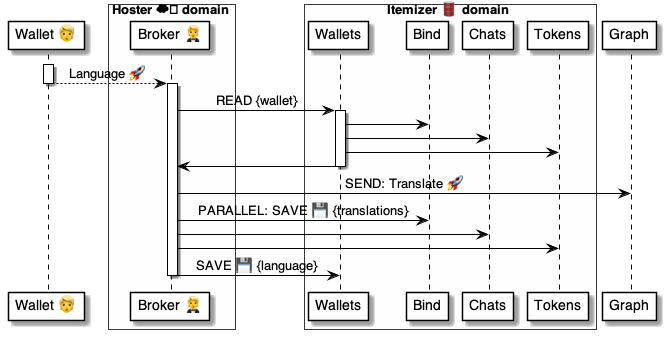
Earlier version of the PlantUML export 4 ⚙️ Solution/20 🧑‍🦰 UI/Brokers 🤵/🤵🅰️ Broker methods/Wallets 🧑‍🦰 Language 🧑‍🦰🐌🤵/🤵 Language ⚙️ uml.png (pollyweb-org/pollyweb-docs). Its source is kept beside it as 4 ⚙️ Solution/20 🧑‍🦰 UI/Brokers 🤵/🤵🅰️ Broker methods/Wallets 🧑‍🦰 Language 🧑‍🦰🐌🤵/🤵 Language ⚙️ uml.puml.
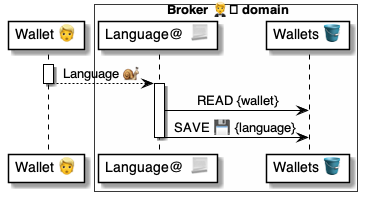
After the commit.

The edit, as a diff of the source:
```diff
@@ -1,42 +1,20 @@
-@startuml Tokens@Broker
-
+@startuml Language@Broker
 
 participant "Wallet 👱" as wallet
 
-box Hoster ☁️ domain #FFFFFA
-    participant "Broker 🤵" as broker
+box Broker 🤵️ domain #FFFFFA
+    participant "Language@  📃" as broker
+    participant "Wallets 🪣" as wallets
 end box
 
-box Itemizer 🛢 domain #FFFFFA
-    participant "Wallets" as wallets
-    participant "Bind" as binds
-    participant "Chats" as chats
-    participant "Tokens" as tokens
-end box
-
-participant "Graph" as graph
 
 activate wallet
-wallet --> broker: Language 🚀
+    wallet --> broker: Language 🐌
 deactivate wallet
 
 activate broker
     broker -> wallets: READ {wallet}
-
-    activate wallets
-        wallets -> binds:
-        wallets -> chats:
-        wallets -> tokens:
-        wallets -> broker:
-    deactivate wallets
-
-    broker -> graph: SEND: Translate 🚀
-
-    broker -> binds: PARALLEL: SAVE 💾 {translations}
-    broker -> chats:
-    broker -> tokens:
     broker -> wallets: SAVE 💾 {language}
-
 deactivate broker
 
 
```
